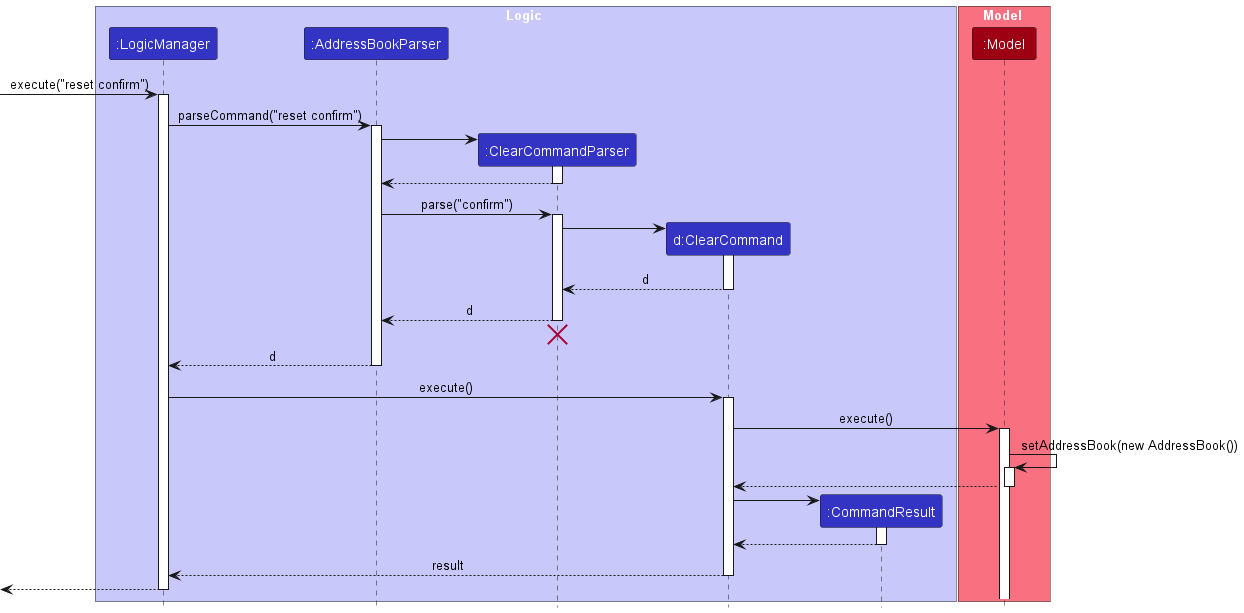
The PlantUML diagram docs/images/ResetConfirmSequenceDiagram.png in nus-cs2103-AY2324S1/tp, before a commit.
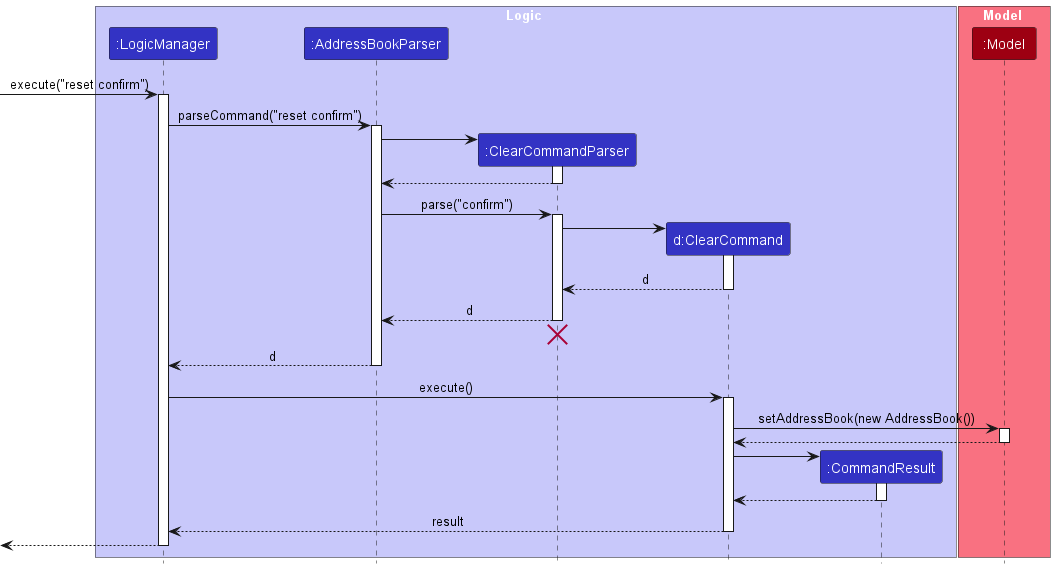
Above is the later version.

What changed in the source:
```diff
@@ -48,10 +48,7 @@
 LogicManager -> ClearCommand : execute()
 activate ClearCommand
 
-ClearCommand -> Model : execute()
-activate Model
-
-Model -> Model : setAddressBook(new AddressBook())
+ClearCommand -> Model : setAddressBook(new AddressBook())
 activate Model
 
 Model --> ClearCommand
```
